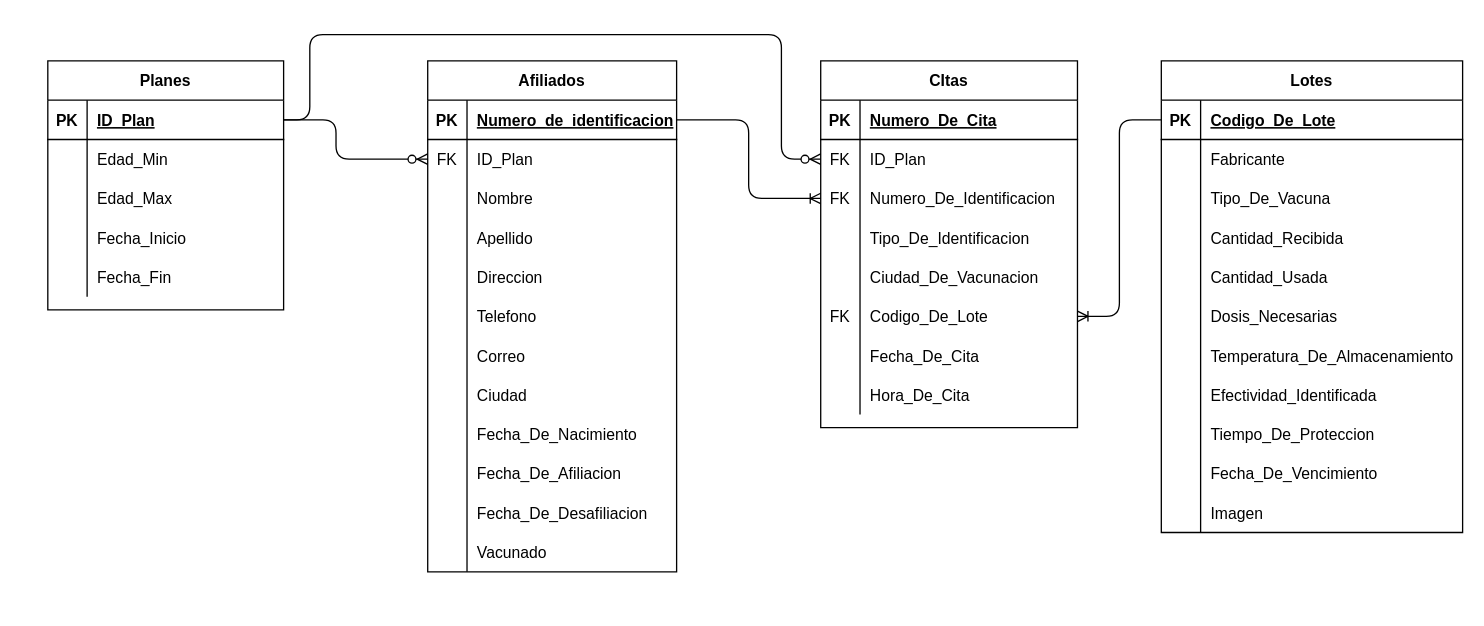
Earlier version of the draw.io diagram SISTEMA DE GESTIÓN DE VACUNACION .drawio (DavHRod/Proyecto-Final-POO-2021-1). Source tidied: cells renumbered, new cells numbered last; positions are measured from the earlier drawing's top-left corner, leaving out a move shared by most shapes. Both pictures are drawn from the tidied source at 131%, with x=0, y=0 at pixel (47, 34).
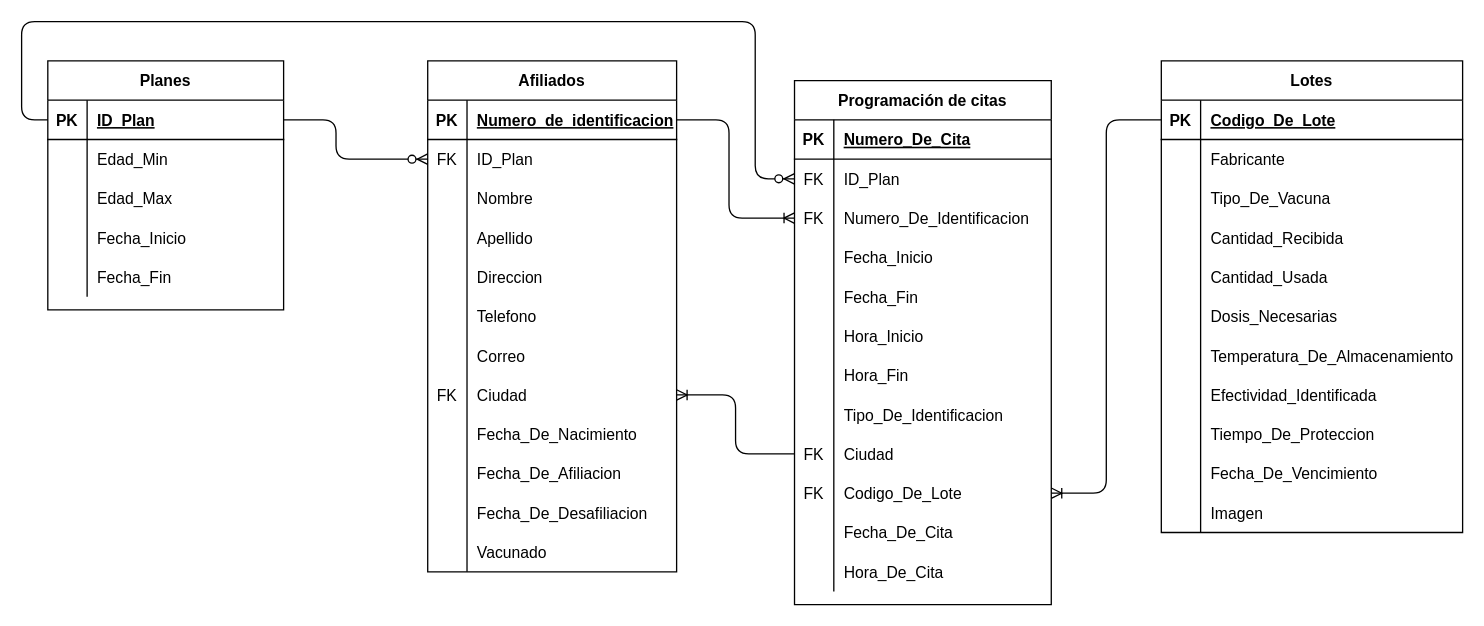
The same diagram, later.

The change refers to these unchanged cells:
```xml
<mxCell id="3" style="shape=partialRectangle;fillColor=none;top=0;left=0;bottom=1;right=0;points=[[0,0.5],[1,0.5]];portConstraint=eastwest;" parent="2" vertex="1">
  <mxGeometry y="30" width="190" height="30" as="geometry" />
</mxCell>
<mxCell id="24" style="shape=partialRectangle;fillColor=none;top=0;left=0;bottom=0;right=0;points=[[0,0.5],[1,0.5]];portConstraint=eastwest;" parent="2" vertex="1">
  <mxGeometry y="240" width="190" height="30" as="geometry" />
</mxCell>
<mxCell id="74" style="shape=partialRectangle;fillColor=none;top=0;left=0;bottom=1;right=0;points=[[0,0.5],[1,0.5]];portConstraint=eastwest;" parent="73" vertex="1">
  <mxGeometry y="30" width="180" height="30" as="geometry" />
</mxCell>
<mxCell id="93" style="shape=partialRectangle;fillColor=none;top=0;left=0;bottom=0;right=0;points=[[0,0.5],[1,0.5]];portConstraint=eastwest;" parent="89" vertex="1">
  <mxGeometry y="60" width="196" height="30" as="geometry" />
</mxCell>
<mxCell id="96" style="shape=partialRectangle;fillColor=none;top=0;left=0;bottom=0;right=0;points=[[0,0.5],[1,0.5]];portConstraint=eastwest;" parent="89" vertex="1">
  <mxGeometry y="90" width="196" height="30" as="geometry" />
</mxCell>
<mxCell id="99" style="shape=partialRectangle;fillColor=none;top=0;left=0;bottom=0;right=0;" parent="89" vertex="1">
  <mxGeometry y="120" width="196" height="30" as="geometry" />
</mxCell>
```

The edit, as a diff of the source:
```diff
@@
-    <mxCell id="25" style="shape=partialRectangle;fillColor=none;top=0;left=0;bottom=0;right=0;overflow=hidden;" parent="24" vertex="1">
+    <mxCell id="25" value="FK" style="shape=partialRectangle;fillColor=none;top=0;left=0;bottom=0;right=0;overflow=hidden;" parent="24" vertex="1">
       <mxGeometry width="30" height="30" as="geometry" />
     </mxCell>
@@
-    <mxCell id="89" value="CItas" style="shape=table;startSize=30;childLayout=tableLayout;rowLines=0;fontStyle=1;align=center;" parent="1" vertex="1">
-      <mxGeometry x="590" y="20" width="196" height="280" as="geometry" />
+    <mxCell id="89" value="Programación de citas" style="shape=table;startSize=30;childLayout=tableLayout;rowLines=0;fontStyle=1;align=center;" parent="1" vertex="1">
+      <mxGeometry x="570" y="35" width="196" height="400" as="geometry" />
     </mxCell>
@@
-    <mxCell id="101" value="Tipo_De_Identificacion" style="shape=partialRectangle;fillColor=none;top=0;left=0;bottom=0;right=0;align=left;spacingLeft=6;overflow=hidden;" parent="99" vertex="1">
+    <mxCell id="101" value="Fecha_Inicio" style="shape=partialRectangle;fillColor=none;top=0;left=0;bottom=0;right=0;align=left;spacingLeft=6;overflow=hidden;" parent="99" vertex="1">
       <mxGeometry x="30" width="166" height="30" as="geometry" />
     </mxCell>
+    <mxCell id="118" style="shape=partialRectangle;fillColor=none;top=0;left=0;bottom=0;right=0;" parent="89" vertex="1">
+      <mxGeometry y="150" width="196" height="30" as="geometry" />
+    </mxCell>
+    <mxCell id="119" style="shape=partialRectangle;fillColor=none;top=0;left=0;bottom=0;right=0;overflow=hidden;" parent="118" vertex="1">
+      <mxGeometry width="30" height="30" as="geometry" />
+    </mxCell>
+    <mxCell id="120" value="Fecha_Fin" style="shape=partialRectangle;fillColor=none;top=0;left=0;bottom=0;right=0;align=left;spacingLeft=6;overflow=hidden;" parent="118" vertex="1">
+      <mxGeometry x="30" width="166" height="30" as="geometry" />
+    </mxCell>
+    <mxCell id="121" style="shape=partialRectangle;fillColor=none;top=0;left=0;bottom=0;right=0;" parent="89" vertex="1">
+      <mxGeometry y="180" width="196" height="30" as="geometry" />
+    </mxCell>
+    <mxCell id="122" style="shape=partialRectangle;fillColor=none;top=0;left=0;bottom=0;right=0;overflow=hidden;" parent="121" vertex="1">
+      <mxGeometry width="30" height="30" as="geometry" />
+    </mxCell>
+    <mxCell id="123" value="Hora_Inicio" style="shape=partialRectangle;fillColor=none;top=0;left=0;bottom=0;right=0;align=left;spacingLeft=6;overflow=hidden;" parent="121" vertex="1">
+      <mxGeometry x="30" width="166" height="30" as="geometry" />
+    </mxCell>
+    <mxCell id="124" style="shape=partialRectangle;fillColor=none;top=0;left=0;bottom=0;right=0;" parent="89" vertex="1">
+      <mxGeometry y="210" width="196" height="30" as="geometry" />
+    </mxCell>
+    <mxCell id="125" style="shape=partialRectangle;fillColor=none;top=0;left=0;bottom=0;right=0;overflow=hidden;" parent="124" vertex="1">
+      <mxGeometry width="30" height="30" as="geometry" />
+    </mxCell>
+    <mxCell id="126" value="Hora_Fin" style="shape=partialRectangle;fillColor=none;top=0;left=0;bottom=0;right=0;align=left;spacingLeft=6;overflow=hidden;" parent="124" vertex="1">
+      <mxGeometry x="30" width="166" height="30" as="geometry" />
+    </mxCell>
+    <mxCell id="127" style="shape=partialRectangle;fillColor=none;top=0;left=0;bottom=0;right=0;" parent="89" vertex="1">
+      <mxGeometry y="240" width="196" height="30" as="geometry" />
+    </mxCell>
+    <mxCell id="128" style="shape=partialRectangle;fillColor=none;top=0;left=0;bottom=0;right=0;overflow=hidden;" parent="127" vertex="1">
+      <mxGeometry width="30" height="30" as="geometry" />
+    </mxCell>
+    <mxCell id="129" value="Tipo_De_Identificacion" style="shape=partialRectangle;fillColor=none;top=0;left=0;bottom=0;right=0;align=left;spacingLeft=6;overflow=hidden;" parent="127" vertex="1">
+      <mxGeometry x="30" width="166" height="30" as="geometry" />
+    </mxCell>
     <mxCell id="102" style="shape=partialRectangle;fillColor=none;top=0;left=0;bottom=0;right=0;points=[[0,0.5],[1,0.5]];portConstraint=eastwest;" parent="89" vertex="1">
-      <mxGeometry y="150" width="196" height="30" as="geometry" />
+      <mxGeometry y="270" width="196" height="30" as="geometry" />
     </mxCell>
-    <mxCell id="103" style="shape=partialRectangle;fillColor=none;top=0;left=0;bottom=0;right=0;overflow=hidden;" parent="102" vertex="1">
+    <mxCell id="103" value="FK" style="shape=partialRectangle;fillColor=none;top=0;left=0;bottom=0;right=0;overflow=hidden;" parent="102" vertex="1">
       <mxGeometry width="30" height="30" as="geometry" />
     </mxCell>
-    <mxCell id="104" value="Ciudad_De_Vacunacion" style="shape=partialRectangle;fillColor=none;top=0;left=0;bottom=0;right=0;align=left;spacingLeft=6;overflow=hidden;" parent="102" vertex="1">
+    <mxCell id="104" value="Ciudad" style="shape=partialRectangle;fillColor=none;top=0;left=0;bottom=0;right=0;align=left;spacingLeft=6;overflow=hidden;" parent="102" vertex="1">
       <mxGeometry x="30" width="166" height="30" as="geometry" />
     </mxCell>
     <mxCell id="105" style="shape=partialRectangle;fillColor=none;top=0;left=0;bottom=0;right=0;points=[[0,0.5],[1,0.5]];portConstraint=eastwest;" parent="89" vertex="1">
-      <mxGeometry y="180" width="196" height="30" as="geometry" />
+      <mxGeometry y="300" width="196" height="30" as="geometry" />
     </mxCell>
@@
     <mxCell id="108" style="shape=partialRectangle;fillColor=none;top=0;left=0;bottom=0;right=0;" parent="89" vertex="1">
-      <mxGeometry y="210" width="196" height="30" as="geometry" />
+      <mxGeometry y="330" width="196" height="30" as="geometry" />
     </mxCell>
@@
     <mxCell id="111" style="shape=partialRectangle;fillColor=none;top=0;left=0;bottom=0;right=0;" parent="89" vertex="1">
-      <mxGeometry y="240" width="196" height="30" as="geometry" />
+      <mxGeometry y="360" width="196" height="30" as="geometry" />
     </mxCell>
@@
     <mxCell id="114" style="edgeStyle=orthogonalEdgeStyle;fontSize=12;html=1;endArrow=ERoneToMany;fontColor=#000000;exitX=1;exitY=0.5;exitDx=0;exitDy=0;entryX=0;entryY=0.5;entryDx=0;entryDy=0;" parent="1" edge="1" source="3" target="96">
-      <mxGeometry relative="1" as="geometry" />
+      <mxGeometry relative="1" as="geometry">
+        <Array as="points">
+          <mxPoint x="520" y="65" />
+          <mxPoint x="520" y="140" />
+        </Array>
+      </mxGeometry>
     </mxCell>
@@
-    <mxCell id="117" style="edgeStyle=orthogonalEdgeStyle;fontSize=12;html=1;endArrow=ERzeroToMany;endFill=1;exitX=1;exitY=0.5;exitDx=0;exitDy=0;" parent="1" edge="1" source="74" target="93">
-      <mxGeometry relative="1" as="geometry">
-        <Array as="points">
-          <mxPoint x="200" y="65" />
-          <mxPoint x="200" />
-          <mxPoint x="560" />
-          <mxPoint x="560" y="95" />
-        </Array>
-      </mxGeometry>
-    </mxCell>
+    <mxCell id="130" style="edgeStyle=orthogonalEdgeStyle;fontSize=12;html=1;endArrow=ERzeroToMany;endFill=1;exitX=0;exitY=0.5;exitDx=0;exitDy=0;" parent="1" edge="1" source="74">
+      <mxGeometry relative="1" as="geometry">
+        <mxPoint x="570" y="110" as="targetPoint" />
+        <Array as="points">
+          <mxPoint x="-20" y="65" />
+          <mxPoint x="-20" y="-10" />
+          <mxPoint x="540" y="-10" />
+          <mxPoint x="540" y="110" />
+        </Array>
+      </mxGeometry>
+    </mxCell>
+    <mxCell id="131" style="edgeStyle=orthogonalEdgeStyle;fontSize=12;html=1;endArrow=ERoneToMany;entryX=1;entryY=0.5;entryDx=0;entryDy=0;exitX=0;exitY=0.5;exitDx=0;exitDy=0;" parent="1" edge="1" source="102" target="24">
+      <mxGeometry relative="1" as="geometry" />
+    </mxCell>
```
